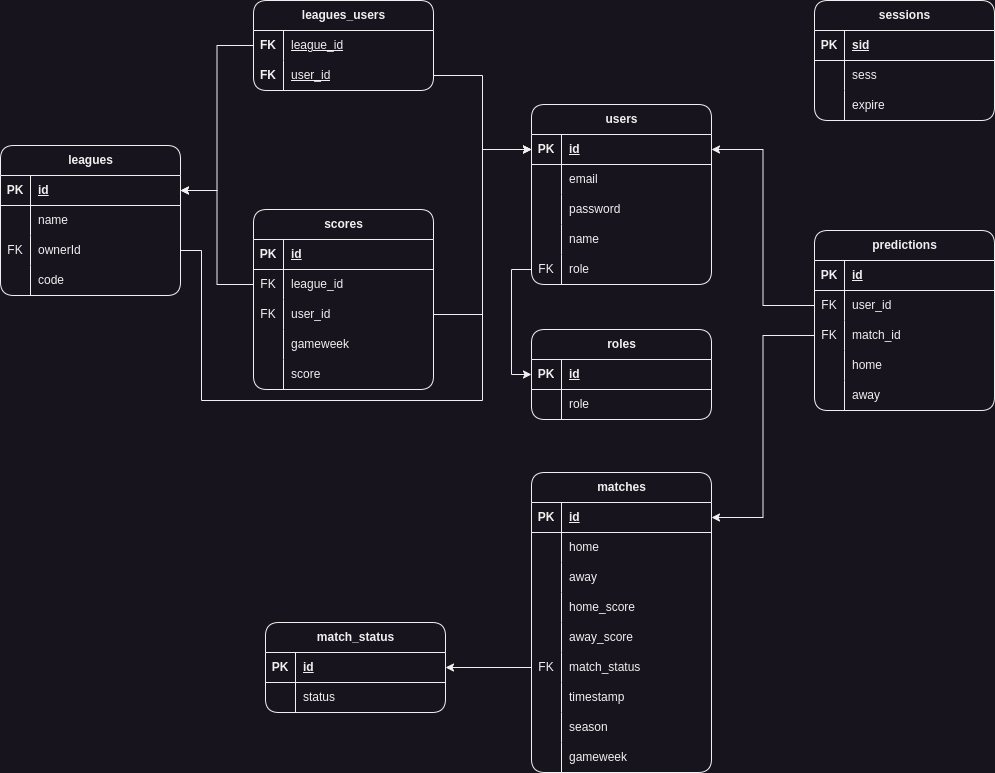
Above: images/FotLeague.drawio.png in MahmoudHamdy02/FotLeague (draw.io), before the change. Source tidied: cells renumbered, new cells last; positions are measured from the earlier drawing's top-left corner, leaving out a move shared by most shapes.
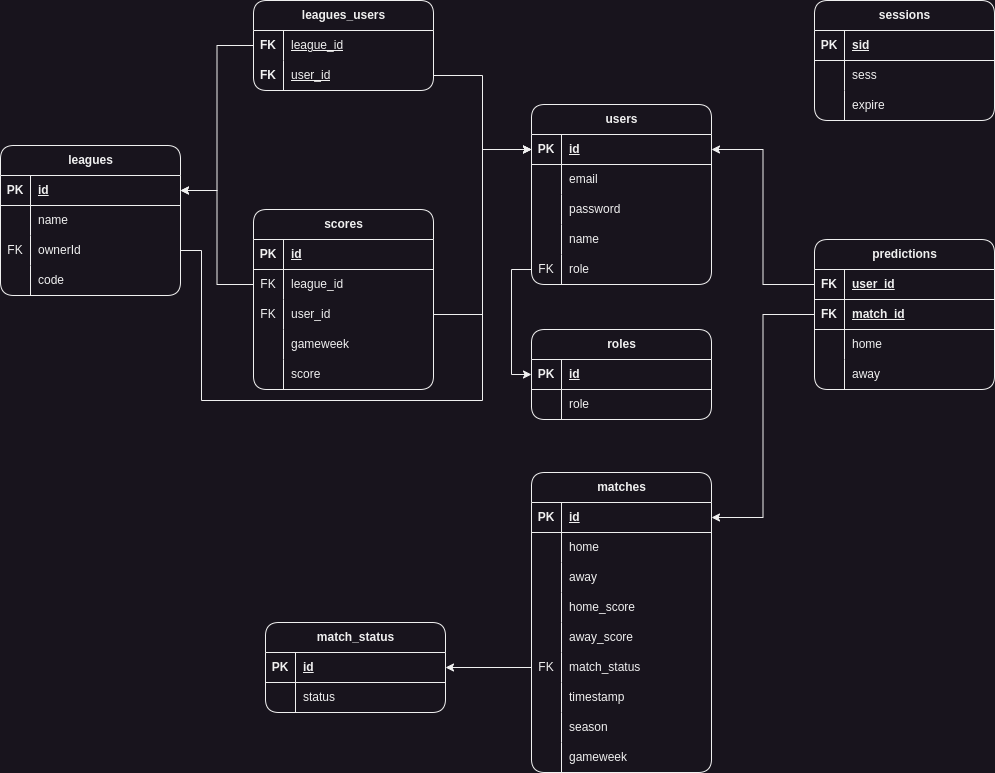
The same file after the commit.

Change to the diagram source:
```diff
@@ -51,37 +51,28 @@
       <mxGeometry x="30" width="150" height="30" as="geometry" />
     </mxCell>
     <mxCell id="18" value="&lt;div&gt;predictions&lt;/div&gt;" style="shape=table;startSize=30;rowLines=0;fontStyle=1;align=center;html=1;rounded=1;shadow=0;swimlaneFillColor=none;gradientColor=none;" parent="1" vertex="1">
-      <mxGeometry x="814" y="230" width="180" height="180" as="geometry" />
+      <mxGeometry x="814" y="239" width="180" height="150" as="geometry" />
     </mxCell>
     <mxCell id="19" style="shape=tableRow;horizontal=0;startSize=0;swimlaneHead=0;swimlaneBody=0;fillColor=none;points=[[0,0.5],[1,0.5]];portConstraint=eastwest;top=0;left=0;right=0;bottom=1;" parent="18" vertex="1">
       <mxGeometry y="30" width="180" height="30" as="geometry" />
     </mxCell>
-    <mxCell id="20" value="PK" style="shape=partialRectangle;fillColor=none;top=0;left=0;bottom=0;right=0;fontStyle=1;overflow=hidden;whiteSpace=wrap;html=1;" parent="19" vertex="1">
+    <mxCell id="20" value="FK" style="shape=partialRectangle;fillColor=none;top=0;left=0;bottom=0;right=0;fontStyle=1;overflow=hidden;whiteSpace=wrap;html=1;" parent="19" vertex="1">
       <mxGeometry width="30" height="30" as="geometry" />
     </mxCell>
-    <mxCell id="21" value="id" style="shape=partialRectangle;fillColor=none;top=0;left=0;bottom=0;right=0;align=left;spacingLeft=6;fontStyle=5;overflow=hidden;whiteSpace=wrap;html=1;" parent="19" vertex="1">
+    <mxCell id="21" value="user_id" style="shape=partialRectangle;fillColor=none;top=0;left=0;bottom=0;right=0;align=left;spacingLeft=6;fontStyle=5;overflow=hidden;whiteSpace=wrap;html=1;" parent="19" vertex="1">
       <mxGeometry x="30" width="150" height="30" as="geometry" />
     </mxCell>
-    <mxCell id="22" style="shape=tableRow;horizontal=0;startSize=0;swimlaneHead=0;swimlaneBody=0;fillColor=none;points=[[0,0.5],[1,0.5]];portConstraint=eastwest;top=0;left=0;right=0;bottom=0;" parent="18" vertex="1">
-      <mxGeometry y="60" width="180" height="30" as="geometry" />
-    </mxCell>
-    <mxCell id="23" value="FK" style="shape=partialRectangle;fillColor=none;top=0;left=0;bottom=0;right=0;overflow=hidden;whiteSpace=wrap;html=1;" parent="22" vertex="1">
-      <mxGeometry width="30" height="30" as="geometry" />
-    </mxCell>
-    <mxCell id="24" value="user_id" style="shape=partialRectangle;fillColor=none;top=0;left=0;bottom=0;right=0;align=left;spacingLeft=6;overflow=hidden;whiteSpace=wrap;html=1;" parent="22" vertex="1">
-      <mxGeometry x="30" width="150" height="30" as="geometry" />
-    </mxCell>
-    <mxCell id="25" style="shape=tableRow;horizontal=0;startSize=0;swimlaneHead=0;swimlaneBody=0;fillColor=none;points=[[0,0.5],[1,0.5]];portConstraint=eastwest;top=0;left=0;right=0;bottom=0;" parent="18" vertex="1">
-      <mxGeometry y="90" width="180" height="30" as="geometry" />
-    </mxCell>
-    <mxCell id="26" value="FK" style="shape=partialRectangle;fillColor=none;top=0;left=0;bottom=0;right=0;overflow=hidden;whiteSpace=wrap;html=1;" parent="25" vertex="1">
-      <mxGeometry width="30" height="30" as="geometry" />
-    </mxCell>
+    <mxCell id="131" style="shape=tableRow;horizontal=0;startSize=0;swimlaneHead=0;swimlaneBody=0;fillColor=none;points=[[0,0.5],[1,0.5]];portConstraint=eastwest;top=0;left=0;right=0;bottom=1;" parent="18" vertex="1">
+      <mxGeometry y="60" width="180" height="30" as="geometry" />
+    </mxCell>
+    <mxCell id="132" value="FK" style="shape=partialRectangle;fillColor=none;top=0;left=0;bottom=0;right=0;fontStyle=1;overflow=hidden;whiteSpace=wrap;html=1;" parent="131" vertex="1">
+      <mxGeometry width="30" height="30" as="geometry" />
+    </mxCell>
-    <mxCell id="27" value="match_id" style="shape=partialRectangle;fillColor=none;top=0;left=0;bottom=0;right=0;align=left;spacingLeft=6;overflow=hidden;whiteSpace=wrap;html=1;" parent="25" vertex="1">
+    <mxCell id="27" value="match_id" style="shape=partialRectangle;fillColor=none;top=0;left=0;bottom=0;right=0;align=left;spacingLeft=6;fontStyle=5;overflow=hidden;whiteSpace=wrap;html=1;" parent="131" vertex="1">
       <mxGeometry x="30" width="150" height="30" as="geometry" />
     </mxCell>
     <mxCell id="28" style="shape=tableRow;horizontal=0;startSize=0;swimlaneHead=0;swimlaneBody=0;fillColor=none;top=0;left=0;right=0;bottom=0;" parent="18" vertex="1">
-      <mxGeometry y="120" width="180" height="30" as="geometry" />
+      <mxGeometry y="90" width="180" height="30" as="geometry" />
     </mxCell>
     <mxCell id="29" style="shape=partialRectangle;fillColor=none;top=0;left=0;bottom=0;right=0;overflow=hidden;whiteSpace=wrap;html=1;" parent="28" vertex="1">
       <mxGeometry width="30" height="30" as="geometry" />
@@ -90,7 +81,7 @@
       <mxGeometry x="30" width="150" height="30" as="geometry" />
     </mxCell>
     <mxCell id="31" style="shape=tableRow;horizontal=0;startSize=0;swimlaneHead=0;swimlaneBody=0;fillColor=none;top=0;left=0;right=0;bottom=0;" parent="18" vertex="1">
-      <mxGeometry y="150" width="180" height="30" as="geometry" />
+      <mxGeometry y="120" width="180" height="30" as="geometry" />
     </mxCell>
     <mxCell id="32" style="shape=partialRectangle;fillColor=none;top=0;left=0;bottom=0;right=0;overflow=hidden;whiteSpace=wrap;html=1;" parent="31" vertex="1">
       <mxGeometry width="30" height="30" as="geometry" />
@@ -182,10 +173,10 @@
     <mxCell id="61" value="gameweek" style="shape=partialRectangle;fillColor=none;top=0;left=0;bottom=0;right=0;align=left;spacingLeft=6;overflow=hidden;whiteSpace=wrap;html=1;" parent="59" vertex="1">
       <mxGeometry x="30" width="150" height="30" as="geometry" />
     </mxCell>
-    <mxCell id="62" style="edgeStyle=orthogonalEdgeStyle;rounded=0;jettySize=auto;html=1;exitX=0;exitY=0.5;exitDx=0;exitDy=0;entryX=1;entryY=0.5;entryDx=0;entryDy=0;" parent="1" edge="1" source="22" target="3">
+    <mxCell id="62" style="edgeStyle=orthogonalEdgeStyle;rounded=0;jettySize=auto;html=1;exitX=0;exitY=0.5;exitDx=0;exitDy=0;entryX=1;entryY=0.5;entryDx=0;entryDy=0;" parent="1" edge="1" source="19" target="3">
       <mxGeometry relative="1" as="geometry" />
     </mxCell>
-    <mxCell id="63" style="edgeStyle=orthogonalEdgeStyle;rounded=0;jettySize=auto;html=1;exitX=0;exitY=0.5;exitDx=0;exitDy=0;entryX=1;entryY=0.5;entryDx=0;entryDy=0;" parent="1" edge="1" source="25" target="35">
+    <mxCell id="63" style="edgeStyle=orthogonalEdgeStyle;rounded=0;jettySize=auto;html=1;exitX=0;exitY=0.5;exitDx=0;exitDy=0;entryX=1;entryY=0.5;entryDx=0;entryDy=0;" parent="1" edge="1" source="131" target="35">
       <mxGeometry relative="1" as="geometry" />
     </mxCell>
     <mxCell id="64" value="leagues" style="shape=table;startSize=30;rowLines=0;fontStyle=1;align=center;html=1;rounded=1;shadow=0;swimlaneFillColor=none;gradientColor=none;" parent="1" vertex="1">
```
